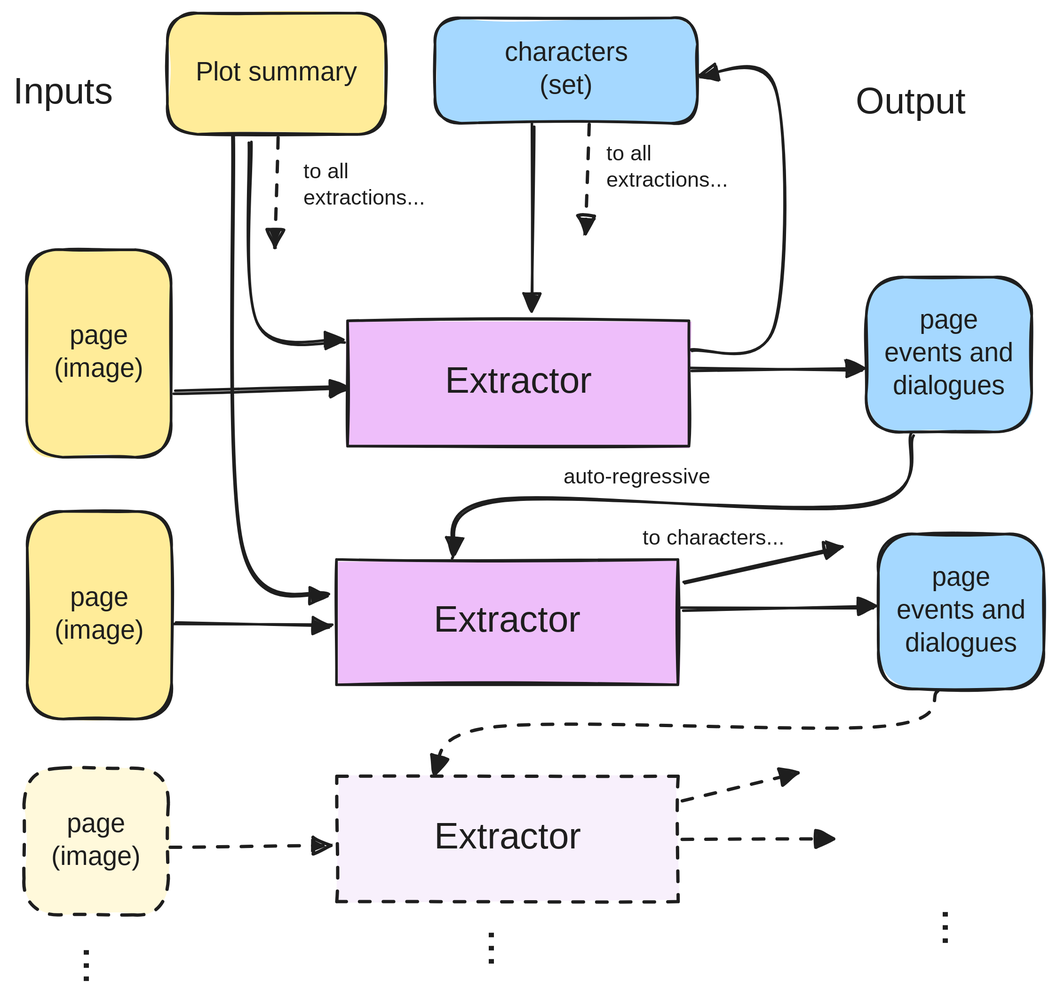
This is content/posts/uno/extract.excalidraw.svg from mbrt/blog, a Excalidraw export, as it was before one commit. Source tidied: one line per element, renumbered; positions are measured from the earlier drawing's top-left corner, leaving out a move shared by most shapes.
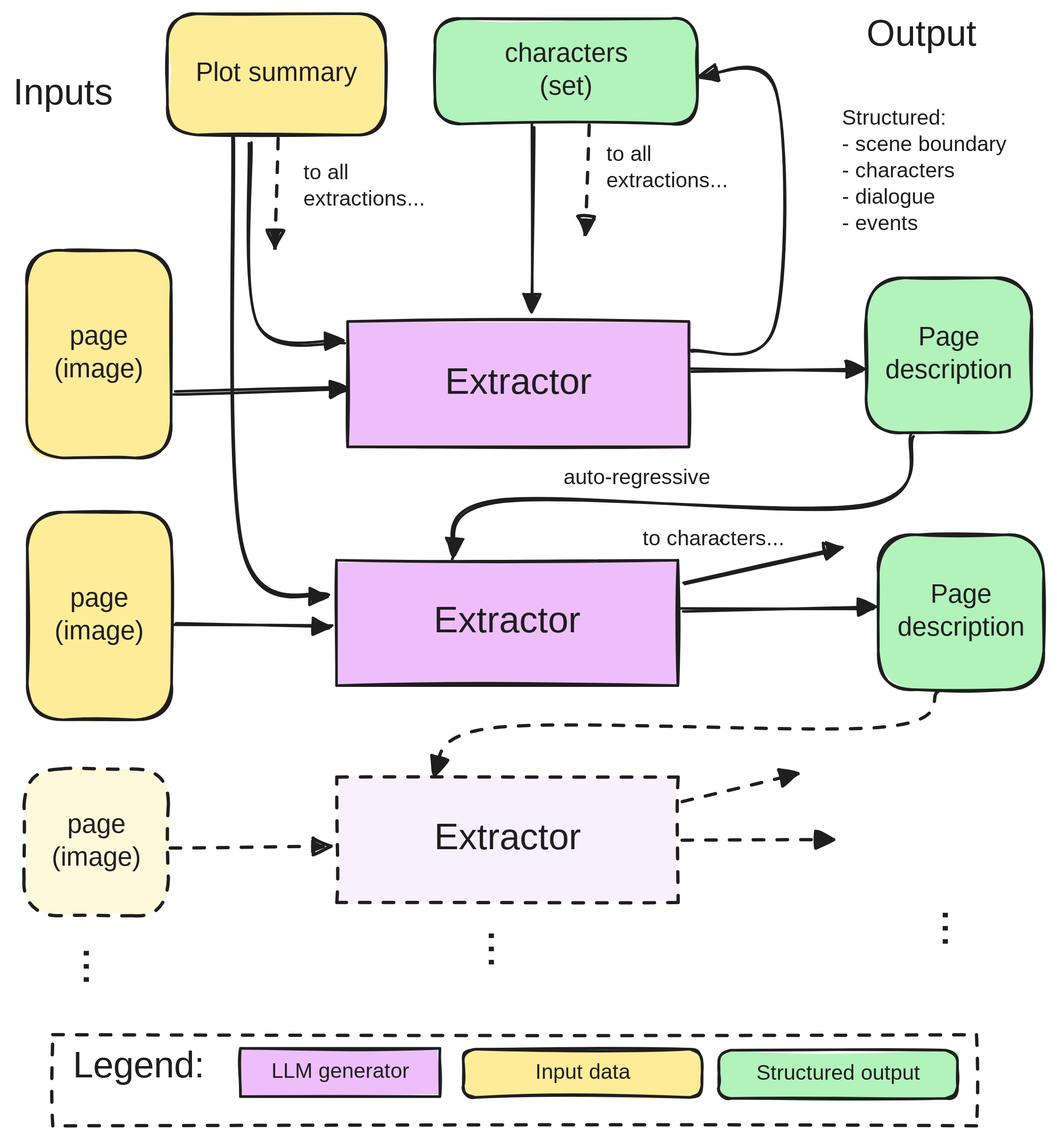
Above is the later version.

Diff of the diagram source:
```diff
@@ -10,17 +10,17 @@
 {"id": 9, "type": "text", "text": "Extractor", "strokeColor": "#1e1e1e", "strokeWidth": 2, "roughness": 1, "fontSize": 28, "fontFamily": 5, "textAlign": "center", "verticalAlign": "middle", "inside": 8, "x": 307, "y": 445, "width": 136, "height": 35}
 {"id": 10, "type": "rectangle", "strokeColor": "#1e1e1e", "backgroundColor": "#f8f0fc", "fillStyle": "solid", "strokeWidth": 2, "strokeStyle": "dashed", "roughness": 1, "x": 246, "y": 579, "width": 259, "height": 95}
 {"id": 11, "type": "text", "text": "Extractor", "strokeColor": "#1e1e1e", "strokeWidth": 2, "roughness": 1, "fontSize": 28, "fontFamily": 5, "textAlign": "center", "verticalAlign": "middle", "inside": 10, "x": 307, "y": 610, "width": 136, "height": 35}
-{"id": 12, "type": "rectangle", "strokeColor": "#1e1e1e", "backgroundColor": "#a5d8ff", "fillStyle": "solid", "strokeWidth": 2, "roughness": 1, "round": true, "x": 320, "y": 4, "width": 199, "height": 80}
+{"id": 12, "type": "rectangle", "strokeColor": "#1e1e1e", "backgroundColor": "#b2f2bb", "fillStyle": "solid", "strokeWidth": 2, "roughness": 1, "round": true, "x": 320, "y": 4, "width": 199, "height": 80}
 {"id": 13, "type": "text", "text": "characters\n(set)", "strokeColor": "#1e1e1e", "strokeWidth": 2, "roughness": 1, "fontSize": 20, "fontFamily": 5, "textAlign": "center", "verticalAlign": "middle", "inside": 12, "x": 368, "y": 19, "width": 103, "height": 50}
 {"id": 14, "type": "arrow", "strokeColor": "#1e1e1e", "strokeWidth": 2, "roughness": 1, "endArrowhead": "triangle", "round": true, "from": 4, "to": 6, "x": 123, "y": 287, "width": 130, "height": 3, "points": [[0, 0], [130, -3]]}
 {"id": 15, "type": "rectangle", "strokeColor": "#1e1e1e", "backgroundColor": "#ffec99", "fillStyle": "solid", "strokeWidth": 2, "roughness": 1, "round": true, "x": 117, "y": 0, "width": 166, "height": 92}
 {"id": 16, "type": "text", "text": "Plot summary", "strokeColor": "#1e1e1e", "strokeWidth": 2, "roughness": 1, "fontSize": 20, "fontFamily": 5, "textAlign": "center", "verticalAlign": "middle", "inside": 15, "x": 136, "y": 33, "width": 128, "height": 25}
 {"id": 17, "type": "arrow", "strokeColor": "#1e1e1e", "strokeWidth": 2, "roughness": 1, "endArrowhead": "triangle", "round": true, "from": 15, "to": 6, "x": 179, "y": 98, "width": 73, "height": 152, "points": [[0, 0], [6, 138], [73, 152]]}
 {"id": 18, "type": "arrow", "strokeColor": "#1e1e1e", "strokeWidth": 2, "roughness": 1, "endArrowhead": "triangle", "round": true, "from": 12, "to": 6, "x": 395, "y": 85, "width": 2, "height": 141, "points": [[0, 0], [-2, 141]]}
-{"id": 19, "type": "rectangle", "strokeColor": "#1e1e1e", "backgroundColor": "#a5d8ff", "fillStyle": "solid", "strokeWidth": 2, "roughness": 1, "round": true, "x": 648, "y": 200, "width": 126, "height": 118}
+{"id": 19, "type": "rectangle", "strokeColor": "#1e1e1e", "backgroundColor": "#b2f2bb", "fillStyle": "solid", "strokeWidth": 2, "roughness": 1, "round": true, "x": 648, "y": 200, "width": 126, "height": 118}
-{"id": 20, "type": "text", "text": "page\nevents and\ndialogues", "strokeColor": "#1e1e1e", "strokeWidth": 2, "roughness": 1, "fontSize": 20, "fontFamily": 5, "textAlign": "center", "verticalAlign": "middle", "inside": 19, "x": 657, "y": 222, "width": 107, "height": 75}
+{"id": 20, "type": "text", "text": "Page\ndescription", "strokeColor": "#1e1e1e", "strokeWidth": 2, "roughness": 1, "fontSize": 20, "fontFamily": 5, "textAlign": "center", "verticalAlign": "middle", "inside": 19, "x": 657, "y": 234, "width": 106, "height": 50}
-{"id": 21, "type": "rectangle", "strokeColor": "#1e1e1e", "backgroundColor": "#a5d8ff", "fillStyle": "solid", "strokeWidth": 2, "roughness": 1, "round": true, "x": 657, "y": 396, "width": 126, "height": 118}
+{"id": 21, "type": "rectangle", "strokeColor": "#1e1e1e", "backgroundColor": "#b2f2bb", "fillStyle": "solid", "strokeWidth": 2, "roughness": 1, "round": true, "x": 657, "y": 396, "width": 126, "height": 118}
-{"id": 22, "type": "text", "text": "page\nevents and\ndialogues", "strokeColor": "#1e1e1e", "strokeWidth": 2, "roughness": 1, "fontSize": 20, "fontFamily": 5, "textAlign": "center", "verticalAlign": "middle", "inside": 21, "x": 666, "y": 417, "width": 107, "height": 75}
+{"id": 22, "type": "text", "text": "Page\ndescription", "strokeColor": "#1e1e1e", "strokeWidth": 2, "roughness": 1, "fontSize": 20, "fontFamily": 5, "textAlign": "center", "verticalAlign": "middle", "inside": 21, "x": 666, "y": 429, "width": 106, "height": 50}
 {"id": 23, "type": "arrow", "strokeColor": "#1e1e1e", "strokeWidth": 2, "roughness": 1, "endArrowhead": "triangle", "round": true, "from": 6, "to": 19, "x": 514, "y": 270, "width": 131, "height": 1, "points": [[0, 0], [131, 1]]}
 {"id": 24, "type": "arrow", "strokeColor": "#1e1e1e", "strokeWidth": 2, "roughness": 1, "endArrowhead": "triangle", "round": true, "from": 6, "to": 12, "x": 515, "y": 256, "width": 62, "height": 208, "points": [[0, 0], [62, -17], [62, -198], [5, -208]]}
 {"id": 25, "type": "arrow", "strokeColor": "#1e1e1e", "strokeWidth": 2, "roughness": 1, "endArrowhead": "triangle", "round": true, "from": 19, "to": 8, "x": 683, "y": 320, "width": 351, "height": 93, "points": [[0, 0], [-38, 54], [-314, 49], [-351, 93]]}
@@ -40,7 +40,16 @@
 {"id": 39, "type": "text", "text": "to all\nextractions...", "strokeColor": "#1e1e1e", "backgroundColor": "#fff9db", "fillStyle": "solid", "strokeWidth": 2, "roughness": 1, "fontSize": 16, "fontFamily": 5, "x": 220, "y": 111, "width": 103, "height": 40}
 {"id": 40, "type": "text", "text": "auto-regressive", "strokeColor": "#1e1e1e", "backgroundColor": "#fff9db", "fillStyle": "solid", "strokeWidth": 2, "strokeStyle": "dashed", "roughness": 1, "fontSize": 16, "fontFamily": 5, "x": 418, "y": 343, "width": 120, "height": 20}
 {"id": 41, "type": "text", "text": "Inputs", "strokeColor": "#1e1e1e", "backgroundColor": "#ffec99", "fillStyle": "solid", "strokeWidth": 2, "roughness": 1, "fontSize": 28, "fontFamily": 5, "x": 0, "y": 44, "width": 91, "height": 35}
-{"id": 42, "type": "text", "text": "Output", "strokeColor": "#1e1e1e", "backgroundColor": "#ffec99", "fillStyle": "solid", "strokeWidth": 2, "roughness": 1, "fontSize": 28, "fontFamily": 5, "x": 640, "y": 52, "width": 98, "height": 35}
+{"id": 42, "type": "text", "text": "Output", "strokeColor": "#1e1e1e", "backgroundColor": "#ffec99", "fillStyle": "solid", "strokeWidth": 2, "roughness": 1, "fontSize": 28, "fontFamily": 5, "x": 648, "y": 0, "width": 98, "height": 35}
 {"id": 43, "type": "text", "text": "...", "strokeColor": "#1e1e1e", "angle": 1.57, "backgroundColor": "#ffec99", "fillStyle": "solid", "strokeWidth": 2, "roughness": 1, "fontSize": 36, "fontFamily": 5, "x": 48, "y": 701, "width": 30, "height": 45}
 {"id": 44, "type": "text", "text": "...", "strokeColor": "#1e1e1e", "angle": 1.57, "backgroundColor": "#ffec99", "fillStyle": "solid", "strokeWidth": 2, "roughness": 1, "fontSize": 36, "fontFamily": 5, "x": 355, "y": 687, "width": 30, "height": 45}
 {"id": 45, "type": "text", "text": "...", "strokeColor": "#1e1e1e", "angle": 1.57, "backgroundColor": "#ffec99", "fillStyle": "solid", "strokeWidth": 2, "roughness": 1, "fontSize": 36, "fontFamily": 5, "x": 700, "y": 672, "width": 30, "height": 45}
+{"id": 46, "type": "text", "text": "Structured:\n- scene boundary\n- characters\n- dialogue\n- events", "strokeColor": "#1e1e1e", "strokeWidth": 2, "roughness": 1, "fontSize": 16, "fontFamily": 5, "x": 629, "y": 70, "width": 131, "height": 100}
+{"id": 47, "type": "rectangle", "strokeColor": "#1e1e1e", "strokeWidth": 2, "strokeStyle": "dashed", "roughness": 1, "x": 30, "y": 775, "width": 701, "height": 69}
+{"id": 48, "type": "rectangle", "strokeColor": "#1e1e1e", "backgroundColor": "#eebefa", "fillStyle": "solid", "strokeWidth": 2, "roughness": 1, "x": 172, "y": 785, "width": 152, "height": 37}
+{"id": 49, "type": "text", "text": "LLM generator", "strokeColor": "#1e1e1e", "backgroundColor": "#eebefa", "fillStyle": "solid", "strokeWidth": 2, "roughness": 1, "fontSize": 16, "fontFamily": 5, "textAlign": "center", "verticalAlign": "middle", "inside": 48, "x": 193, "y": 794, "width": 111, "height": 20}
+{"id": 50, "type": "rectangle", "strokeColor": "#1e1e1e", "backgroundColor": "#b2f2bb", "fillStyle": "solid", "strokeWidth": 2, "roughness": 1, "round": true, "x": 536, "y": 787, "width": 181, "height": 37}
+{"id": 51, "type": "text", "text": "Structured output", "strokeColor": "#1e1e1e", "backgroundColor": "#eebefa", "fillStyle": "solid", "strokeWidth": 2, "roughness": 1, "fontSize": 16, "fontFamily": 5, "textAlign": "center", "verticalAlign": "middle", "inside": 50, "x": 554, "y": 795, "width": 144, "height": 20}
+{"id": 52, "type": "rectangle", "strokeColor": "#1e1e1e", "backgroundColor": "#ffec99", "fillStyle": "solid", "strokeWidth": 2, "roughness": 1, "round": true, "x": 342, "y": 786, "width": 181, "height": 37}
+{"id": 53, "type": "text", "text": "Input data", "strokeColor": "#1e1e1e", "backgroundColor": "#eebefa", "fillStyle": "solid", "strokeWidth": 2, "roughness": 1, "fontSize": 16, "fontFamily": 5, "textAlign": "center", "verticalAlign": "middle", "inside": 52, "x": 389, "y": 794, "width": 87, "height": 20}
+{"id": 54, "type": "text", "text": "Legend:", "strokeColor": "#1e1e1e", "backgroundColor": "#a5d8ff", "fillStyle": "solid", "strokeWidth": 2, "roughness": 1, "fontSize": 28, "fontFamily": 5, "x": 45, "y": 783, "width": 100, "height": 35}
```
